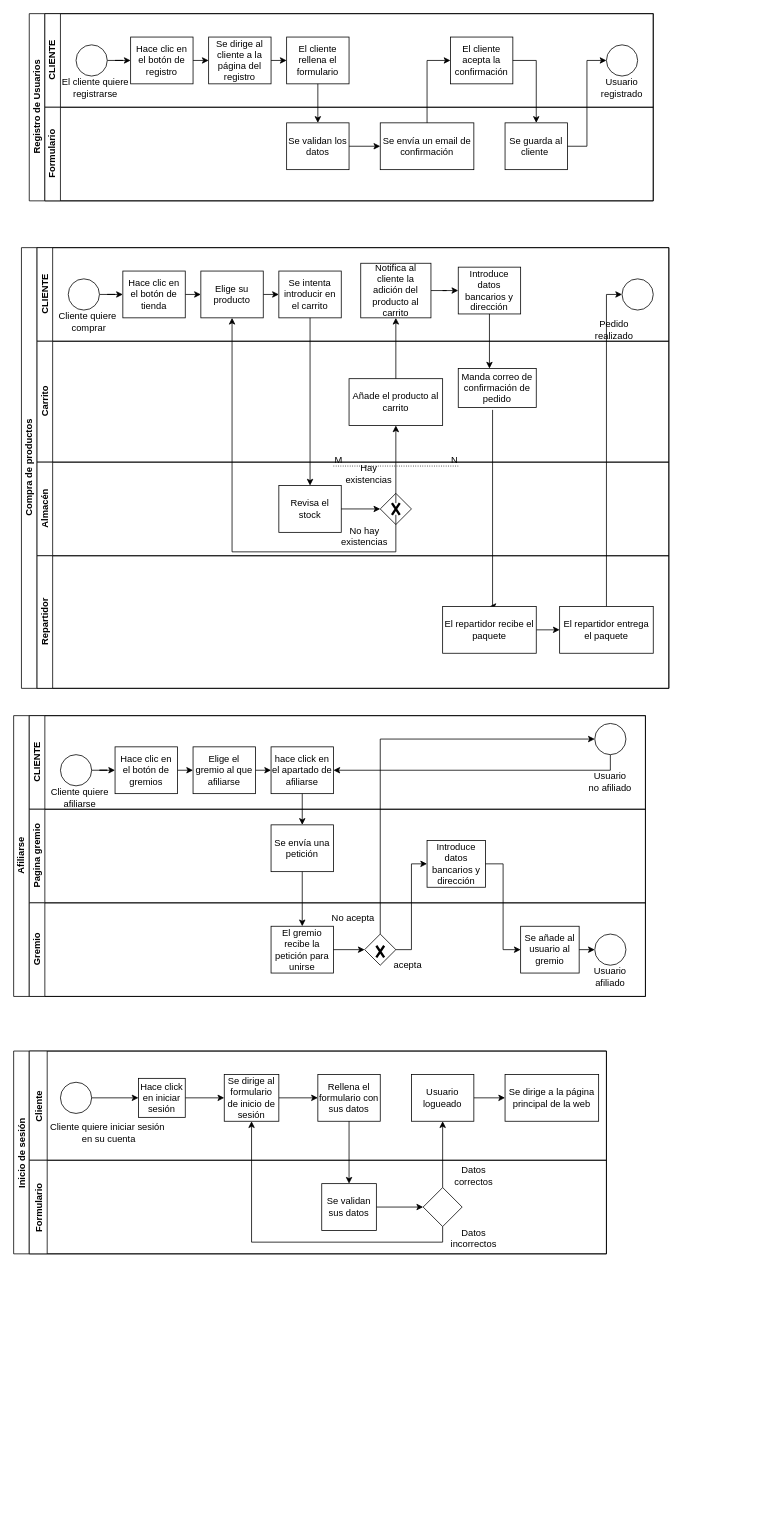
The draw.io diagram bpmn.drawio in alberm97/Soft-Kombat, before the edit. Source tidied: cells renumbered, new cells numbered last; positions are measured from the earlier drawing's top-left corner, leaving out a move shared by most shapes. Both pictures are drawn from the tidied source at 78%, with x=0, y=0 at pixel (13, 13).
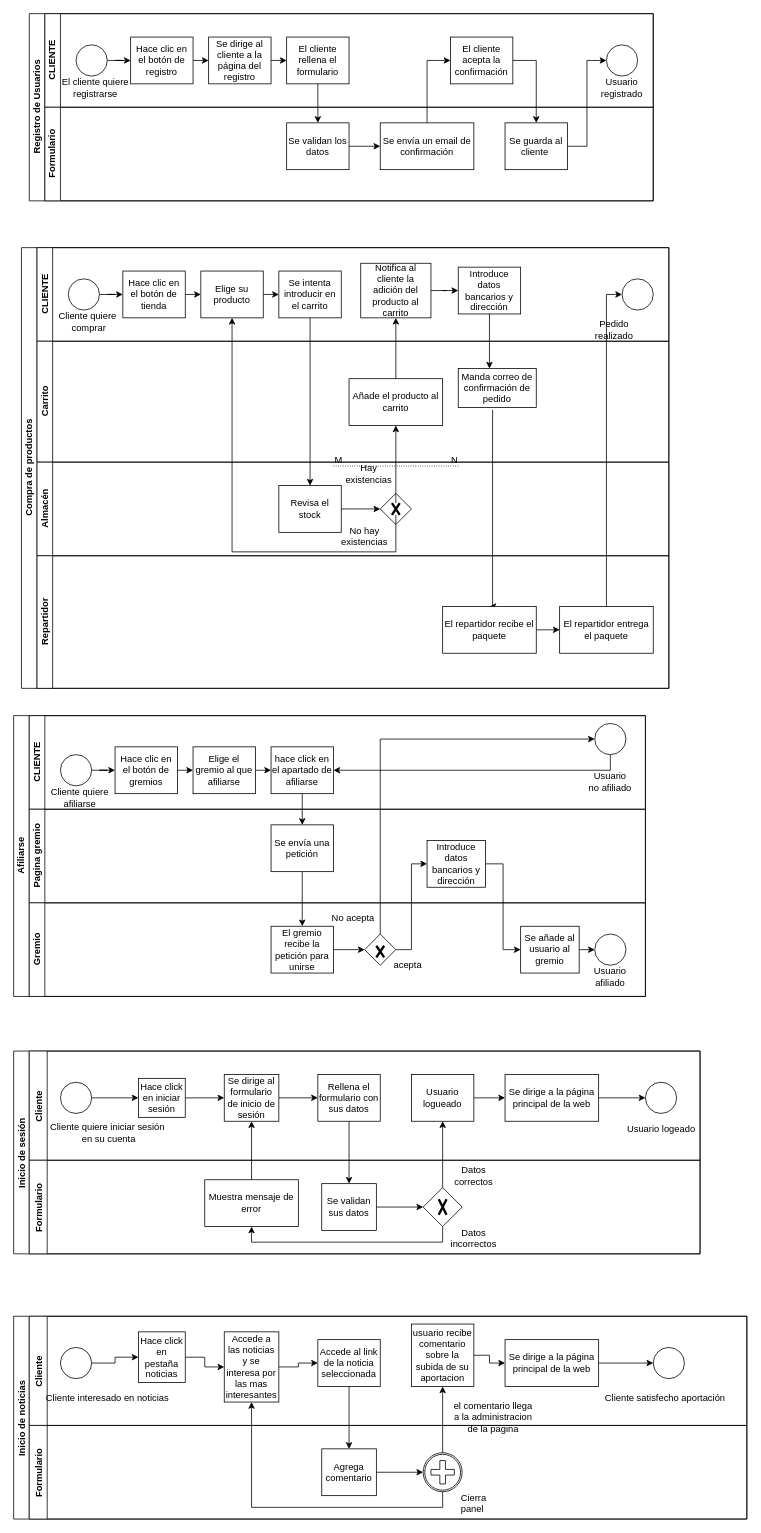
The same diagram, later.

Unchanged cells that the change refers to:
```xml
<mxCell id="103" value="Se dirige al formulario de inicio de sesión" style="rounded=0;whiteSpace=wrap;html=1;" parent="96" vertex="1">
  <mxGeometry x="250" y="30" width="70" height="60" as="geometry" />
</mxCell>
<mxCell id="105" value="Se dirige a la página principal de la web" style="rounded=0;whiteSpace=wrap;html=1;" parent="96" vertex="1">
  <mxGeometry x="610" y="30" width="120" height="60" as="geometry" />
</mxCell>
<mxCell id="111" style="rhombus;whiteSpace=wrap;html=1;" parent="108" vertex="1">
  <mxGeometry x="505" y="35" width="50" height="50" as="geometry" />
</mxCell>
```

The edit, as a diff of the source:
```diff
@@
     <mxCell id="95" value="Inicio de sesión" style="swimlane;horizontal=0;startSize=20;" parent="1" vertex="1">
-      <mxGeometry y="1330" width="760" height="260" as="geometry" />
+      <mxGeometry y="1330" width="880" height="260" as="geometry" />
     </mxCell>
     <mxCell id="96" value="Cliente" style="swimlane;horizontal=0;" parent="95" vertex="1">
-      <mxGeometry x="20" width="740" height="140" as="geometry" />
+      <mxGeometry x="20" width="860" height="140" as="geometry" />
     </mxCell>
@@
+    <mxCell id="117" style="edgeStyle=orthogonalEdgeStyle;rounded=0;jettySize=auto;html=1;" parent="96" edge="1" source="105" target="118">
+      <mxGeometry relative="1" as="geometry" />
+    </mxCell>
@@
+    <mxCell id="118" style="ellipse;whiteSpace=wrap;html=1;" parent="96" vertex="1">
+      <mxGeometry x="790" y="40" width="40" height="40" as="geometry" />
+    </mxCell>
+    <mxCell id="119" value="Usuario logeado" style="text;html=1;align=center;verticalAlign=middle;strokeColor=none;fillColor=none;" parent="96" vertex="1">
+      <mxGeometry x="760" y="90" width="100" height="20" as="geometry" />
+    </mxCell>
     <mxCell id="108" value="Formulario" style="swimlane;horizontal=0;" parent="95" vertex="1">
-      <mxGeometry x="20" y="140" width="740" height="120" as="geometry" />
+      <mxGeometry x="20" y="140" width="860" height="120" as="geometry" />
     </mxCell>
@@
+    <mxCell id="120" style="edgeStyle=orthogonalEdgeStyle;rounded=0;jettySize=auto;html=1;entryX=0.5;entryY=1;entryDx=0;entryDy=0;" parent="108" edge="1" source="111" target="122">
+      <mxGeometry relative="1" as="geometry">
+        <Array as="points">
+          <mxPoint x="530" y="105" />
+          <mxPoint x="285" y="105" />
+        </Array>
+      </mxGeometry>
+    </mxCell>
@@
+    <mxCell id="121" style="shape=umlDestroy;whiteSpace=wrap;html=1;strokeWidth=3;" parent="108" vertex="1">
+      <mxGeometry x="525" y="50" width="10" height="20" as="geometry" />
+    </mxCell>
+    <mxCell id="122" value="Muestra mensaje de error" style="rounded=0;whiteSpace=wrap;html=1;" parent="108" vertex="1">
+      <mxGeometry x="225" y="25" width="120" height="60" as="geometry" />
+    </mxCell>
@@
-    <mxCell id="115" style="edgeStyle=orthogonalEdgeStyle;rounded=0;jettySize=auto;html=1;exitX=0.5;exitY=1;exitDx=0;exitDy=0;entryX=0.5;entryY=1;entryDx=0;entryDy=0;" parent="95" edge="1" source="111" target="103">
-      <mxGeometry relative="1" as="geometry" />
-    </mxCell>
@@
+    <mxCell id="123" style="edgeStyle=orthogonalEdgeStyle;rounded=0;jettySize=auto;html=1;" parent="95" edge="1" source="122" target="103">
+      <mxGeometry relative="1" as="geometry" />
+    </mxCell>
+    <mxCell id="124" value="Inicio de noticias" style="swimlane;horizontal=0;startSize=20;" parent="1" vertex="1">
+      <mxGeometry y="1670" width="940" height="260" as="geometry" />
+    </mxCell>
+    <mxCell id="125" value="Cliente" style="swimlane;horizontal=0;" parent="124" vertex="1">
+      <mxGeometry x="20" width="920" height="140" as="geometry" />
+    </mxCell>
+    <mxCell id="126" style="edgeStyle=orthogonalEdgeStyle;rounded=0;jettySize=auto;html=1;exitX=1;exitY=0.5;exitDx=0;exitDy=0;entryX=0;entryY=0.5;entryDx=0;entryDy=0;" parent="125" edge="1" source="127" target="130">
+      <mxGeometry relative="1" as="geometry" />
+    </mxCell>
+    <mxCell id="127" style="ellipse;whiteSpace=wrap;html=1;" parent="125" vertex="1">
+      <mxGeometry x="40" y="40" width="40" height="40" as="geometry" />
+    </mxCell>
+    <mxCell id="128" value="Cliente interesado en noticias" style="text;html=1;align=center;verticalAlign=middle;strokeColor=none;fillColor=none;" parent="125" vertex="1">
+      <mxGeometry x="15" y="95" width="170" height="20" as="geometry" />
+    </mxCell>
+    <mxCell id="129" style="edgeStyle=orthogonalEdgeStyle;rounded=0;jettySize=auto;html=1;exitX=1;exitY=0.5;exitDx=0;exitDy=0;entryX=0;entryY=0.5;entryDx=0;entryDy=0;" parent="125" edge="1" source="130" target="132">
+      <mxGeometry relative="1" as="geometry" />
+    </mxCell>
+    <mxCell id="130" value="Hace click en pestaña noticias" style="rounded=0;whiteSpace=wrap;html=1;" parent="125" vertex="1">
+      <mxGeometry x="140" y="20" width="60" height="65" as="geometry" />
+    </mxCell>
+    <mxCell id="131" style="edgeStyle=orthogonalEdgeStyle;rounded=0;jettySize=auto;html=1;exitX=1;exitY=0.5;exitDx=0;exitDy=0;entryX=0;entryY=0.5;entryDx=0;entryDy=0;" parent="125" edge="1" source="132" target="133">
+      <mxGeometry relative="1" as="geometry" />
+    </mxCell>
+    <mxCell id="132" value="Accede a las noticias y se interesa por las mas interesantes" style="rounded=0;whiteSpace=wrap;html=1;" parent="125" vertex="1">
+      <mxGeometry x="250" y="20" width="70" height="90" as="geometry" />
+    </mxCell>
+    <mxCell id="133" value="Accede al link de la noticia seleccionada" style="rounded=0;whiteSpace=wrap;html=1;" parent="125" vertex="1">
+      <mxGeometry x="370" y="30" width="80" height="60" as="geometry" />
+    </mxCell>
+    <mxCell id="134" style="edgeStyle=orthogonalEdgeStyle;rounded=0;jettySize=auto;html=1;" parent="125" edge="1" source="135" target="138">
+      <mxGeometry relative="1" as="geometry" />
+    </mxCell>
+    <mxCell id="135" value="Se dirige a la página principal de la web" style="rounded=0;whiteSpace=wrap;html=1;" parent="125" vertex="1">
+      <mxGeometry x="610" y="30" width="120" height="60" as="geometry" />
+    </mxCell>
+    <mxCell id="136" style="edgeStyle=orthogonalEdgeStyle;rounded=0;jettySize=auto;html=1;exitX=1;exitY=0.5;exitDx=0;exitDy=0;entryX=0;entryY=0.5;entryDx=0;entryDy=0;" parent="125" edge="1" source="137" target="135">
+      <mxGeometry relative="1" as="geometry" />
+    </mxCell>
+    <mxCell id="137" value="usuario recibe comentario sobre la subida de su aportacion" style="rounded=0;whiteSpace=wrap;html=1;" parent="125" vertex="1">
+      <mxGeometry x="490" y="10" width="80" height="80" as="geometry" />
+    </mxCell>
+    <mxCell id="138" style="ellipse;whiteSpace=wrap;html=1;" parent="125" vertex="1">
+      <mxGeometry x="800" y="40" width="40" height="40" as="geometry" />
+    </mxCell>
+    <mxCell id="139" value="Cliente satisfecho aportación" style="text;html=1;align=center;verticalAlign=middle;strokeColor=none;fillColor=none;" parent="125" vertex="1">
+      <mxGeometry x="730" y="95" width="170" height="20" as="geometry" />
+    </mxCell>
+    <mxCell id="140" value="Formulario" style="swimlane;horizontal=0;" parent="124" vertex="1">
+      <mxGeometry x="20" y="140" width="920" height="120" as="geometry" />
+    </mxCell>
+    <mxCell id="141" style="edgeStyle=orthogonalEdgeStyle;rounded=0;jettySize=auto;html=1;exitX=1;exitY=0.5;exitDx=0;exitDy=0;entryX=0;entryY=0.5;entryDx=0;entryDy=0;" parent="140" edge="1" source="142" target="143">
+      <mxGeometry relative="1" as="geometry" />
+    </mxCell>
+    <mxCell id="142" value="Agrega comentario" style="rounded=0;whiteSpace=wrap;html=1;" parent="140" vertex="1">
+      <mxGeometry x="375" y="30" width="70" height="60" as="geometry" />
+    </mxCell>
+    <mxCell id="143" style="points=[[0.145,0.145,0],[0.5,0,0],[0.855,0.145,0],[1,0.5,0],[0.855,0.855,0],[0.5,1,0],[0.145,0.855,0],[0,0.5,0]];shape=mxgraph.bpmn.event;html=1;verticalLabelPosition=bottom;labelBackgroundColor=#ffffff;verticalAlign=top;align=center;perimeter=ellipsePerimeter;outlineConnect=0;outline=catching;symbol=parallelMultiple;fontFamily=Helvetica;fontSize=12;fontColor=default;strokeColor=default;fillColor=default;" parent="140" vertex="1">
+      <mxGeometry x="505" y="35" width="50" height="50" as="geometry" />
+    </mxCell>
+    <mxCell id="144" value="Cierra panel&amp;nbsp;" style="text;html=1;strokeColor=none;fillColor=none;align=center;verticalAlign=middle;whiteSpace=wrap;rounded=0;" parent="140" vertex="1">
+      <mxGeometry x="540" y="85" width="60" height="30" as="geometry" />
+    </mxCell>
+    <mxCell id="145" value="el comentario llega a la administracion de la pagina" style="text;html=1;strokeColor=none;fillColor=none;align=center;verticalAlign=middle;whiteSpace=wrap;rounded=0;" parent="140" vertex="1">
+      <mxGeometry x="540" y="-40" width="110" height="60" as="geometry" />
+    </mxCell>
+    <mxCell id="146" style="edgeStyle=orthogonalEdgeStyle;rounded=0;jettySize=auto;html=1;exitX=0.5;exitY=1;exitDx=0;exitDy=0;entryX=0.5;entryY=0;entryDx=0;entryDy=0;" parent="124" edge="1" source="133" target="142">
+      <mxGeometry relative="1" as="geometry" />
+    </mxCell>
+    <mxCell id="147" style="edgeStyle=orthogonalEdgeStyle;rounded=0;jettySize=auto;html=1;exitX=0.5;exitY=1;exitDx=0;exitDy=0;entryX=0.5;entryY=1;entryDx=0;entryDy=0;" parent="124" edge="1" source="143" target="132">
+      <mxGeometry relative="1" as="geometry" />
+    </mxCell>
+    <mxCell id="148" style="edgeStyle=orthogonalEdgeStyle;rounded=0;jettySize=auto;html=1;exitX=0.5;exitY=0;exitDx=0;exitDy=0;entryX=0.5;entryY=1;entryDx=0;entryDy=0;" parent="124" edge="1" source="143" target="137">
+      <mxGeometry relative="1" as="geometry" />
+    </mxCell>
```
